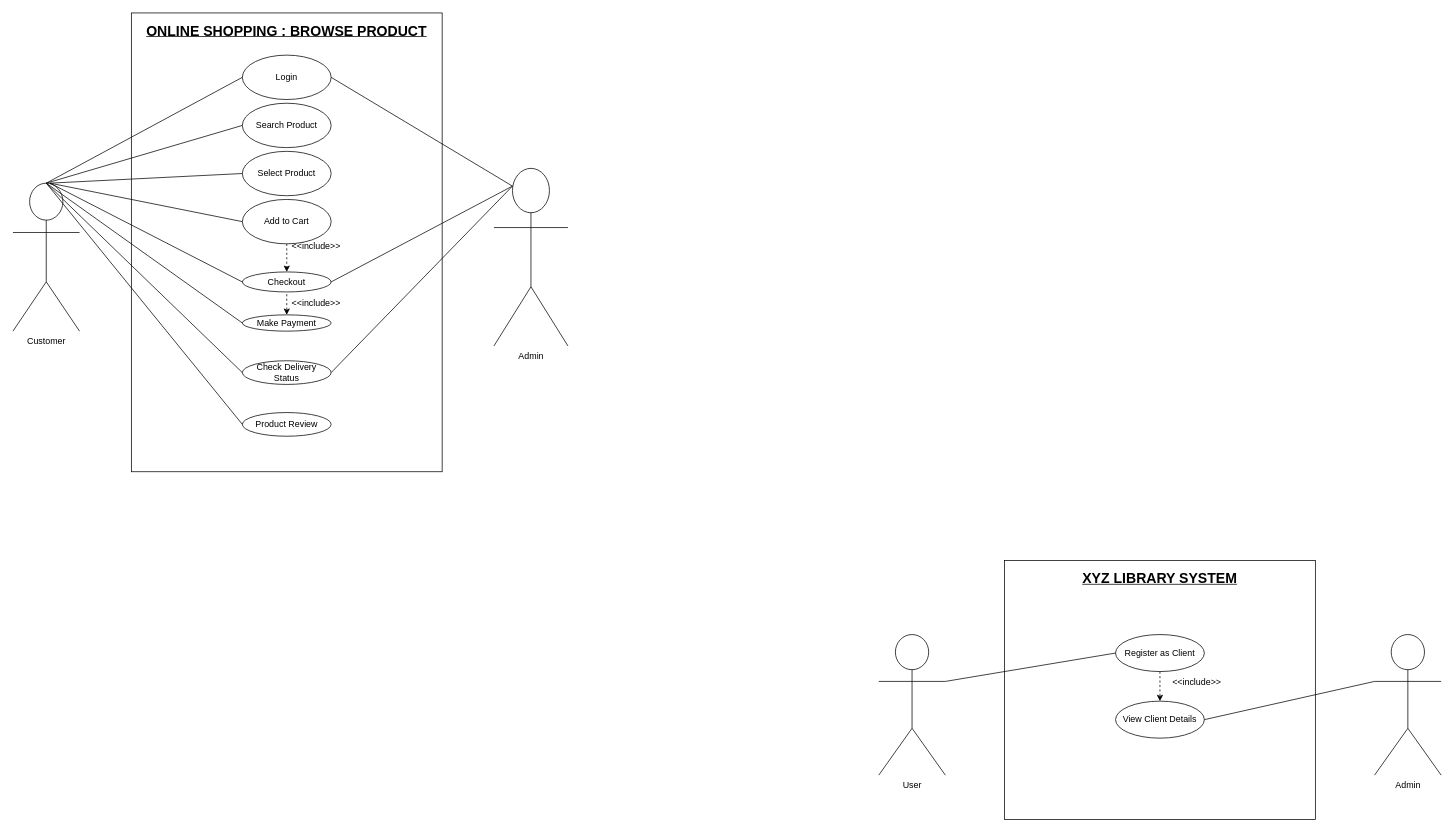
JussSelenite/JussSelenite keeps this draw.io diagram as ucecase iswe.drawio. Above is the earlier version. Source tidied: cells renumbered, new cells numbered last; positions are measured from the earlier drawing's top-left corner, leaving out a move shared by most shapes. Both pictures are drawn from the tidied source at 74%, with x=0, y=0 at pixel (13, 13).
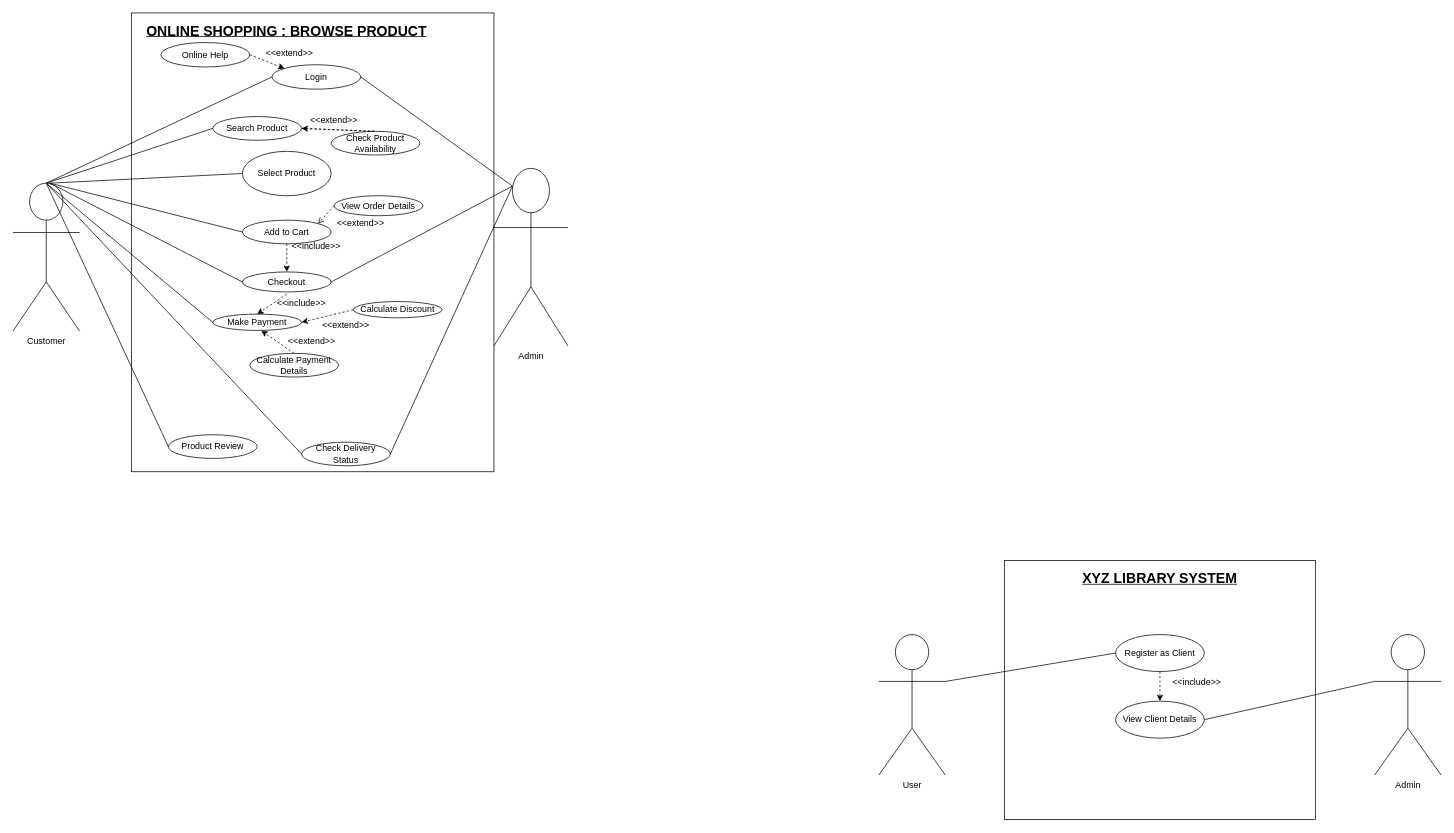
Above is the later version.

Diff of the diagram source:
```diff
@@
     <mxCell id="2" style="rounded=0;whiteSpace=wrap;html=1;" parent="1" vertex="1">
-      <mxGeometry x="160" width="420" height="620" as="geometry" />
+      <mxGeometry x="160" width="490" height="620" as="geometry" />
     </mxCell>
@@
     <mxCell id="4" value="Login" style="ellipse;whiteSpace=wrap;html=1;" parent="1" vertex="1">
-      <mxGeometry x="310" y="57" width="120" height="60" as="geometry" />
+      <mxGeometry x="350" y="70" width="120" height="33" as="geometry" />
     </mxCell>
     <mxCell id="5" value="Search Product" style="ellipse;whiteSpace=wrap;html=1;" parent="1" vertex="1">
-      <mxGeometry x="310" y="122" width="120" height="60" as="geometry" />
+      <mxGeometry x="270" y="140" width="120" height="32" as="geometry" />
     </mxCell>
@@
     <mxCell id="7" value="Add to Cart" style="ellipse;whiteSpace=wrap;html=1;" parent="1" vertex="1">
-      <mxGeometry x="310" y="252" width="120" height="60" as="geometry" />
+      <mxGeometry x="310" y="280" width="120" height="32" as="geometry" />
     </mxCell>
@@
     <mxCell id="9" value="Make Payment" style="ellipse;whiteSpace=wrap;html=1;" parent="1" vertex="1">
-      <mxGeometry x="310" y="408" width="120" height="22" as="geometry" />
+      <mxGeometry x="270" y="407" width="120" height="22" as="geometry" />
     </mxCell>
     <mxCell id="10" value="Check Delivery Status" style="ellipse;whiteSpace=wrap;html=1;" parent="1" vertex="1">
-      <mxGeometry x="310" y="470" width="120" height="32" as="geometry" />
+      <mxGeometry x="390" y="580" width="120" height="32" as="geometry" />
     </mxCell>
     <mxCell id="11" value="Product Review" style="ellipse;whiteSpace=wrap;html=1;" parent="1" vertex="1">
-      <mxGeometry x="310" y="540" width="120" height="32" as="geometry" />
+      <mxGeometry x="210" y="570" width="120" height="32" as="geometry" />
     </mxCell>
@@
     <mxCell id="28" value="&amp;lt;&amp;lt;include&amp;gt;&amp;gt;" style="text;html=1;strokeColor=none;fillColor=none;align=center;verticalAlign=middle;whiteSpace=wrap;rounded=0;" parent="1" vertex="1">
-      <mxGeometry x="380" y="377" width="60" height="30" as="geometry" />
+      <mxGeometry x="360" y="377" width="60" height="30" as="geometry" />
     </mxCell>
@@
+    <mxCell id="39" value="Calculate Payment Details" style="ellipse;whiteSpace=wrap;html=1;" parent="1" vertex="1">
+      <mxGeometry x="320" y="460" width="120" height="32" as="geometry" />
+    </mxCell>
+    <mxCell id="40" style="endArrow=classic;dashed=1;html=1;rounded=0;entryX=0.547;entryY=1.015;entryDx=0;entryDy=0;exitX=0.5;exitY=0;exitDx=0;exitDy=0;entryPerimeter=0;" parent="1" edge="1" source="39" target="9">
+      <mxGeometry relative="1" as="geometry" />
+    </mxCell>
+    <mxCell id="41" value="&amp;lt;&amp;lt;extend&amp;gt;&amp;gt;" style="text;html=1;strokeColor=none;fillColor=none;align=center;verticalAlign=middle;whiteSpace=wrap;rounded=0;" parent="1" vertex="1">
+      <mxGeometry x="374" y="429" width="60" height="30" as="geometry" />
+    </mxCell>
+    <mxCell id="42" value="Online Help" style="ellipse;whiteSpace=wrap;html=1;" parent="1" vertex="1">
+      <mxGeometry x="200" y="40" width="120" height="33" as="geometry" />
+    </mxCell>
+    <mxCell id="43" style="endArrow=classic;dashed=1;html=1;rounded=0;entryX=0;entryY=0;entryDx=0;entryDy=0;exitX=1;exitY=0.5;exitDx=0;exitDy=0;" parent="1" edge="1" source="42" target="4">
+      <mxGeometry relative="1" as="geometry" />
+    </mxCell>
+    <mxCell id="44" value="&amp;lt;&amp;lt;extend&amp;gt;&amp;gt;" style="text;html=1;strokeColor=none;fillColor=none;align=center;verticalAlign=middle;whiteSpace=wrap;rounded=0;" parent="1" vertex="1">
+      <mxGeometry x="344" y="40" width="60" height="30" as="geometry" />
+    </mxCell>
+    <mxCell id="45" value="Check Product Availability" style="ellipse;whiteSpace=wrap;html=1;" parent="1" vertex="1">
+      <mxGeometry x="430" y="160" width="120" height="32" as="geometry" />
+    </mxCell>
+    <mxCell id="46" style="endArrow=classic;dashed=1;html=1;rounded=0;entryX=1;entryY=0.5;entryDx=0;entryDy=0;exitX=1;exitY=0.5;exitDx=0;exitDy=0;" parent="1" edge="1" source="5" target="5">
+      <mxGeometry relative="1" as="geometry">
+        <Array as="points">
+          <mxPoint x="490" y="160" />
+        </Array>
+      </mxGeometry>
+    </mxCell>
+    <mxCell id="47" value="&amp;lt;&amp;lt;extend&amp;gt;&amp;gt;" style="text;html=1;strokeColor=none;fillColor=none;align=center;verticalAlign=middle;whiteSpace=wrap;rounded=0;" parent="1" vertex="1">
+      <mxGeometry x="404" y="130" width="60" height="30" as="geometry" />
+    </mxCell>
+    <mxCell id="48" value="View Order Details" style="ellipse;whiteSpace=wrap;html=1;" parent="1" vertex="1">
+      <mxGeometry x="434" y="247" width="120" height="27" as="geometry" />
+    </mxCell>
+    <mxCell id="49" style="endArrow=open;dashed=1;html=1;rounded=0;exitX=0;exitY=0.5;exitDx=0;exitDy=0;entryX=1;entryY=0;entryDx=0;entryDy=0;" parent="1" edge="1" source="48" target="7">
+      <mxGeometry relative="1" as="geometry" />
+    </mxCell>
+    <mxCell id="50" value="&amp;lt;&amp;lt;extend&amp;gt;&amp;gt;" style="text;html=1;strokeColor=none;fillColor=none;align=center;verticalAlign=middle;whiteSpace=wrap;rounded=0;" parent="1" vertex="1">
+      <mxGeometry x="440" y="270" width="60" height="30" as="geometry" />
+    </mxCell>
+    <mxCell id="51" value="Calculate Discount" style="ellipse;whiteSpace=wrap;html=1;" parent="1" vertex="1">
+      <mxGeometry x="460" y="390" width="120" height="22" as="geometry" />
+    </mxCell>
+    <mxCell id="52" style="endArrow=classic;dashed=1;html=1;rounded=0;entryX=1;entryY=0.5;entryDx=0;entryDy=0;exitX=0;exitY=0.5;exitDx=0;exitDy=0;" parent="1" edge="1" source="51" target="9">
+      <mxGeometry relative="1" as="geometry" />
+    </mxCell>
+    <mxCell id="53" value="&amp;lt;&amp;lt;extend&amp;gt;&amp;gt;" style="text;html=1;strokeColor=none;fillColor=none;align=center;verticalAlign=middle;whiteSpace=wrap;rounded=0;" parent="1" vertex="1">
+      <mxGeometry x="420" y="407" width="60" height="30" as="geometry" />
+    </mxCell>
```
